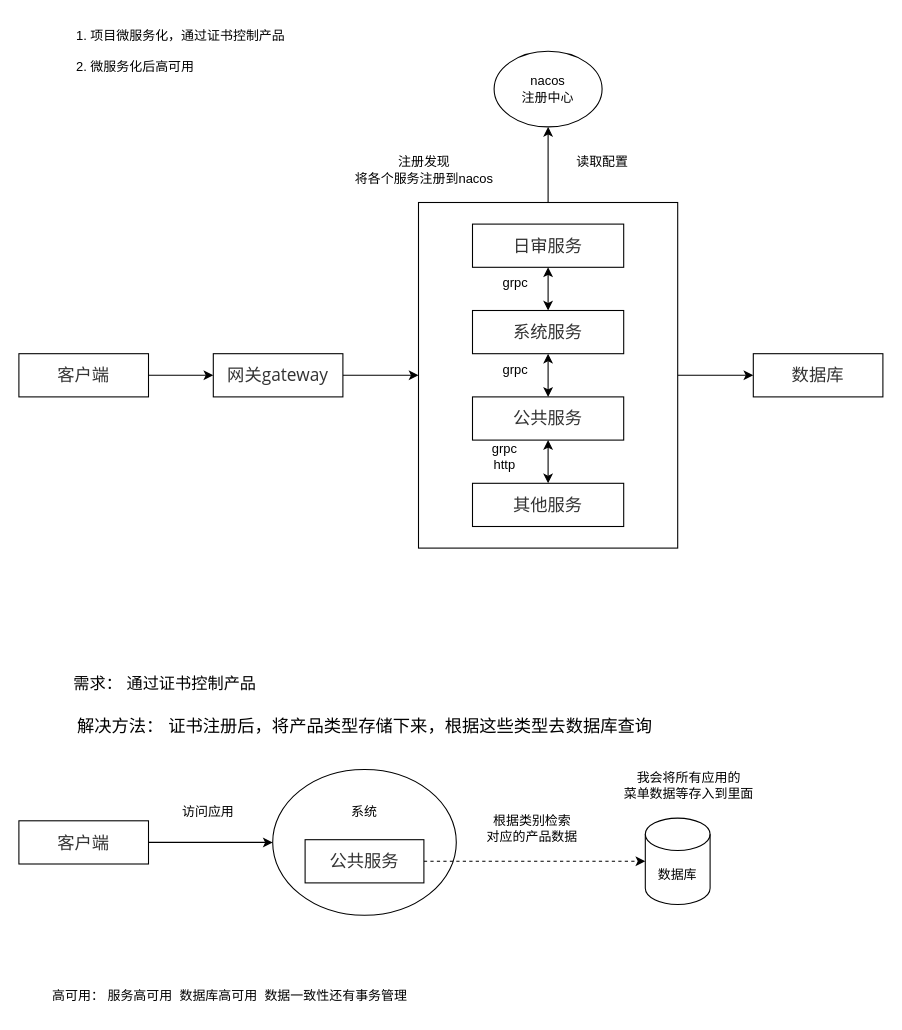
Before: 微服务化.drawio in Rodma1/draw, a draw.io diagram. Source tidied: cells renumbered, new cells numbered last; positions are measured from the earlier drawing's top-left corner, leaving out a move shared by most shapes. Both pictures are drawn from the tidied source at 108%, with x=0, y=0 at pixel (18, 18).
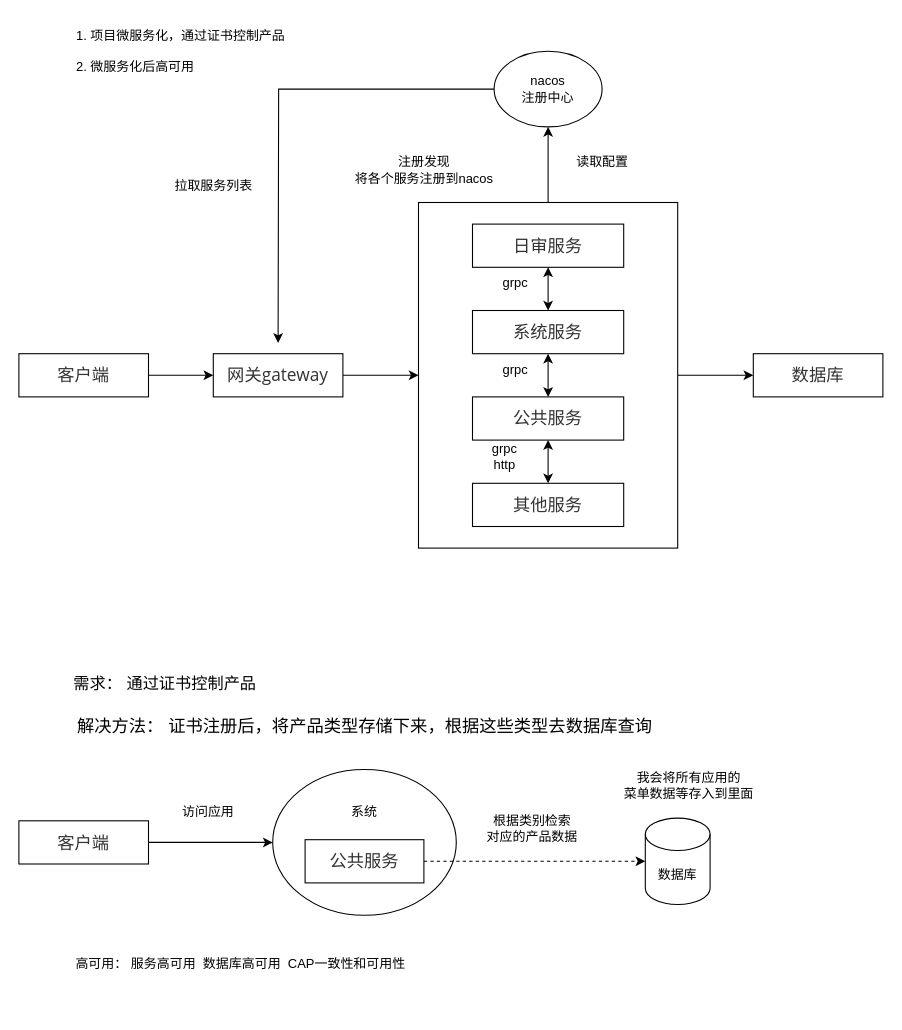
After the change.

Commit message:
更新微服务化.drawio

The change refers to these unchanged cells:
```xml
<mxCell id="11" value="nacos&lt;div&gt;注册中心&lt;/div&gt;" style="ellipse;whiteSpace=wrap;html=1;" parent="1" vertex="1">
  <mxGeometry x="440" y="30" width="100" height="70" as="geometry" />
</mxCell>
```

Change to the diagram source:
```diff
@@
+    <mxCell id="37" style="edgeStyle=orthogonalEdgeStyle;rounded=0;jettySize=auto;html=1;" parent="1" edge="1" source="11">
+      <mxGeometry relative="1" as="geometry">
+        <mxPoint x="240" y="300" as="targetPoint" />
+      </mxGeometry>
+    </mxCell>
@@
-    <mxCell id="24" value="高可用： 服务高可用&amp;nbsp; 数据库高可用&amp;nbsp; 数据一致性还有事务管理" style="text;html=1;align=center;verticalAlign=middle;strokeColor=none;fillColor=none;" parent="1" vertex="1">
-      <mxGeometry x="20" y="890" width="350" height="30" as="geometry" />
+    <mxCell id="24" value="高可用： 服务高可用&amp;nbsp; 数据库高可用&amp;nbsp; CAP一致性和可用性" style="text;html=1;align=center;verticalAlign=middle;strokeColor=none;fillColor=none;" parent="1" vertex="1">
+      <mxGeometry x="40" y="860" width="330" height="30" as="geometry" />
     </mxCell>
@@
+    <mxCell id="38" value="拉取服务列表" style="text;html=1;align=center;verticalAlign=middle;strokeColor=none;fillColor=none;" parent="1" vertex="1">
+      <mxGeometry x="130" y="140" width="100" height="30" as="geometry" />
+    </mxCell>
```
